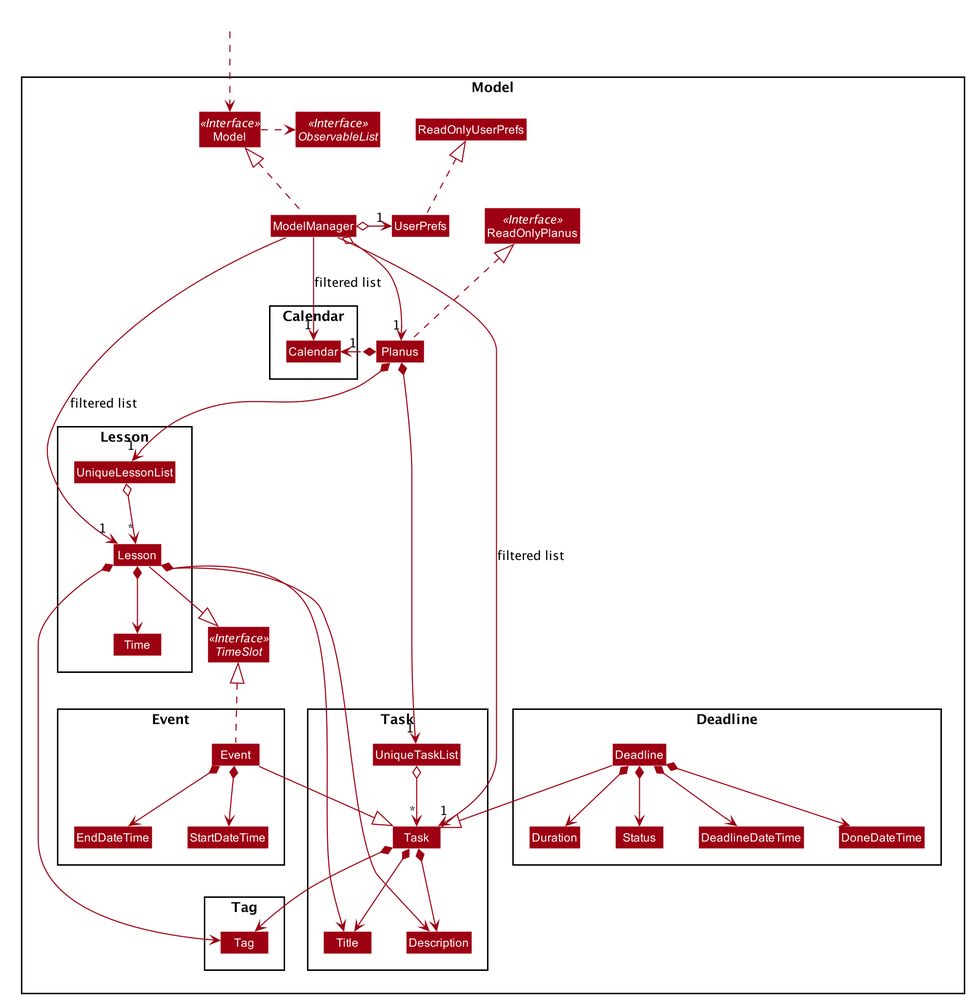
Before: docs/images/ModelClassDiagram.png, a diagram exported from PlantUML (nus-cs2103-AY2021S1/tp).
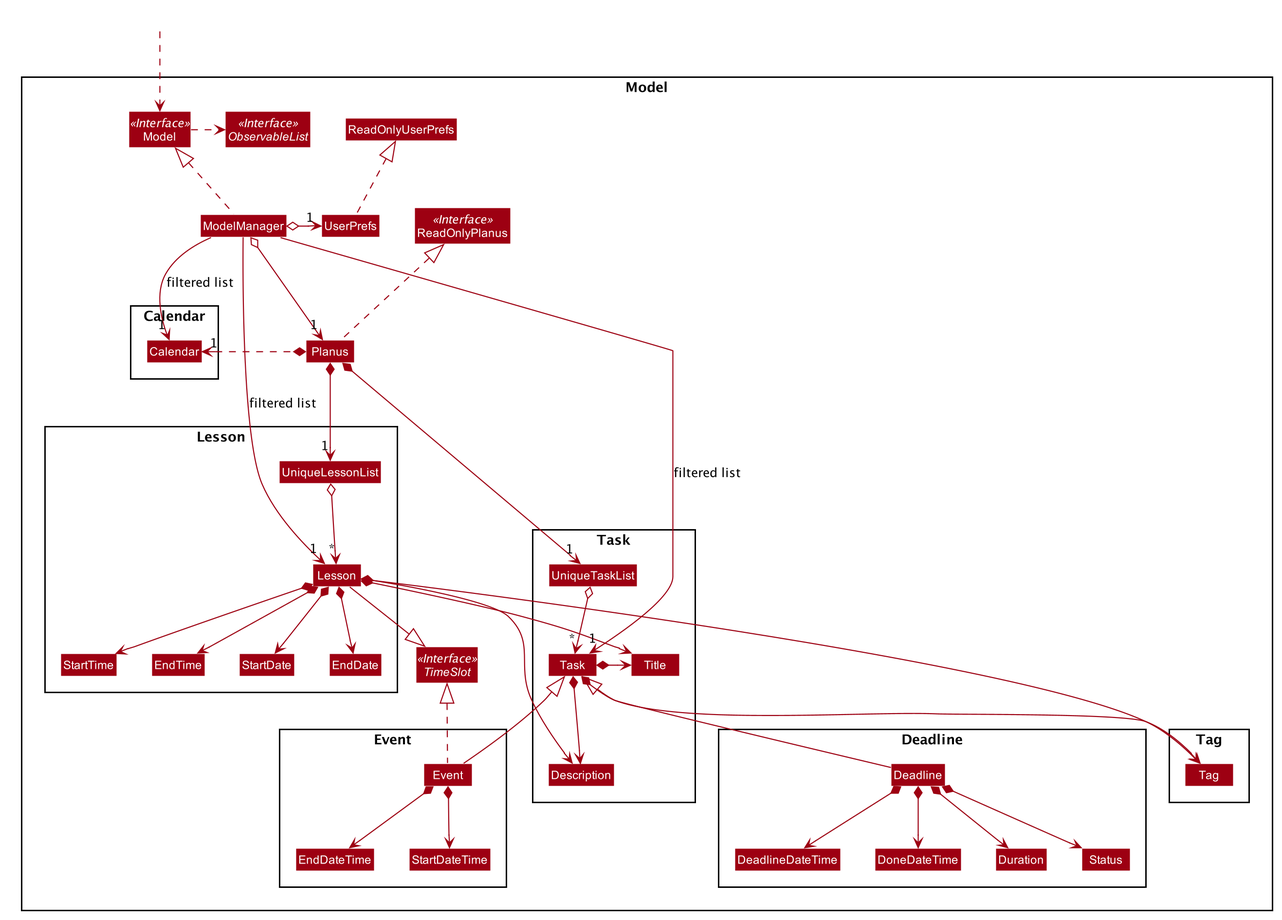
After the change.

The edit, as a diff of the source:
```diff
@@ -91,7 +91,10 @@
 
 Package Lesson {
 Class Lesson
-Class Time
+Class StartTime
+Class EndTime
+Class StartDate
+Class EndDate
 Class UniqueLessonList
 }
 
@@ -117,16 +120,16 @@
 
 Planus *--> "1" UniqueTaskList
 UniqueTaskList o--> "*" Task
-Task *--> Title
+Task *--right> Title
 Task *--> Description
 Task *--> Tag
 
-Event --|> Task
+Event --up|> Task
 Event .up.|> TimeSlot
 Event *--> EndDateTime
 Event *--> StartDateTime
 
-Deadline --|> Task
+Deadline --up|> Task
 Deadline *--> DeadlineDateTime
 Deadline *--> DoneDateTime
 Deadline *--> Status
@@ -138,7 +141,10 @@
 Lesson *--> Title
 Lesson *--> Description
 Lesson *--> Tag
-Lesson *--> Time
+Lesson *--> StartTime
+Lesson *--> EndTime
+Lesson *--> StartDate
+Lesson *--> EndDate
 
 Planus *.left.> "1" Calendar
 
```
